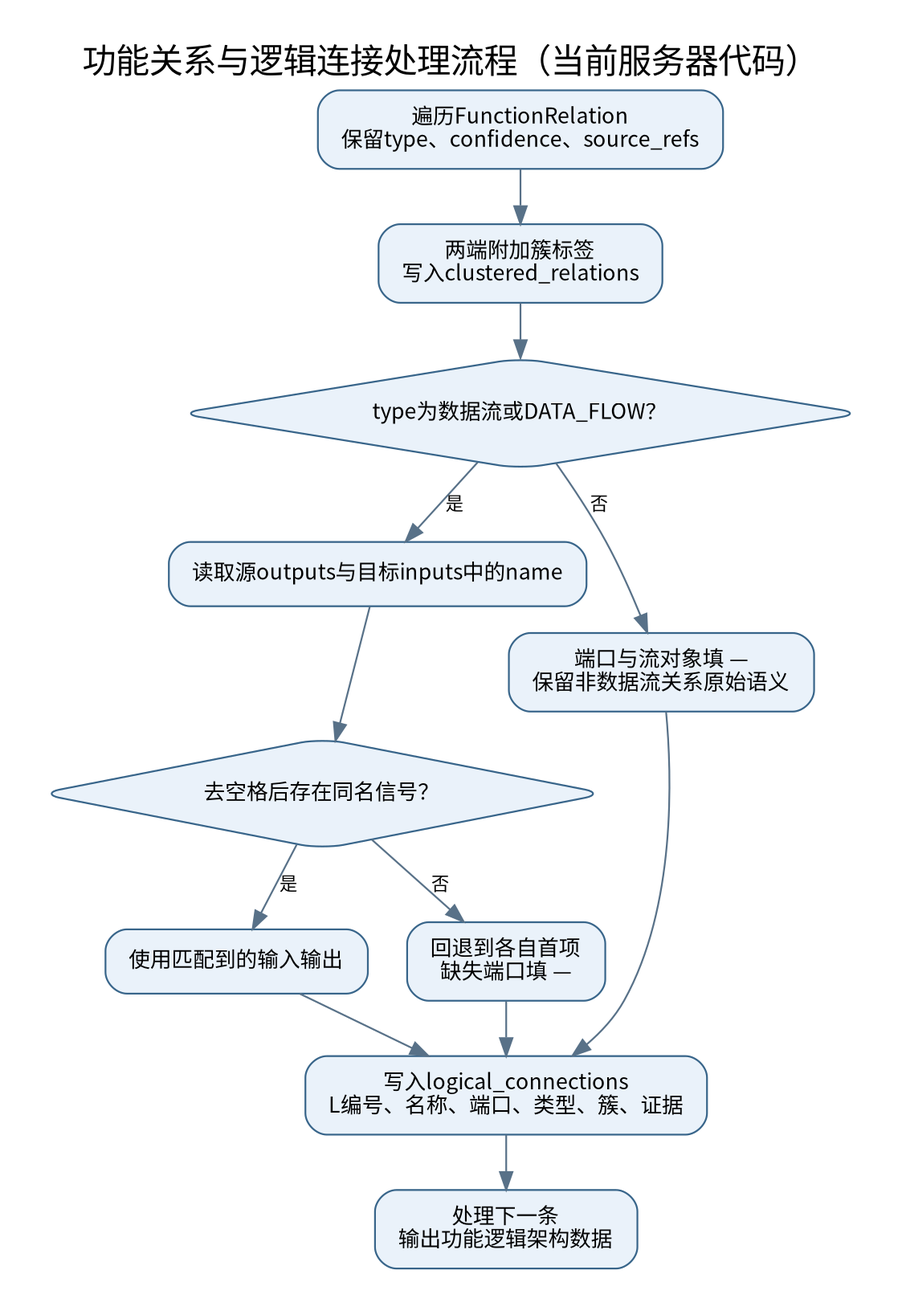
Earlier version of the Graphviz export 板块二进度说明/02_关系与拓扑生成流程.png (yueyunsun77-debug/yueyunsun77-debug). Its source is kept beside it as 板块二进度说明/02_关系与拓扑生成流程.dot.
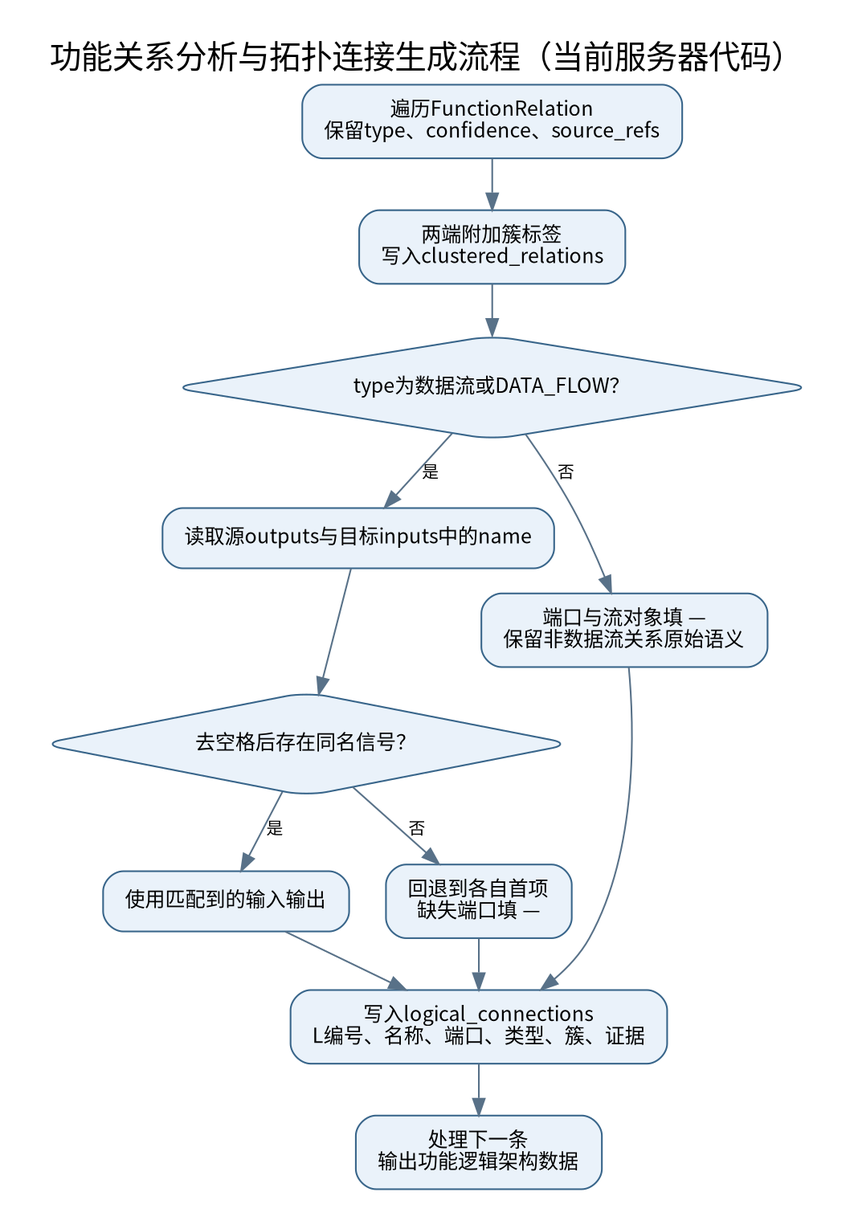
The same file after the commit.

Diff of the diagram source:
```diff
@@ -2,7 +2,7 @@
 graph [rankdir=TB,bgcolor="white",pad=0.3,nodesep=0.3,ranksep=0.4,fontname="Noto Sans CJK SC",fontsize=19];
 node [shape=box,style="rounded,filled",fillcolor="#EAF2FA",color="#38658A",fontname="Noto Sans CJK SC",fontsize=12,margin="0.18,0.12"];
 edge [color="#587188",fontname="Noto Sans CJK SC",fontsize=10];
-label="功能关系与逻辑连接处理流程（当前服务器代码）";labelloc=t;
+label="功能关系分析与拓扑连接生成流程（当前服务器代码）";labelloc=t;
 a[label="遍历FunctionRelation
 保留type、confidence、source_refs"];
 b[label="两端附加簇标签
```
